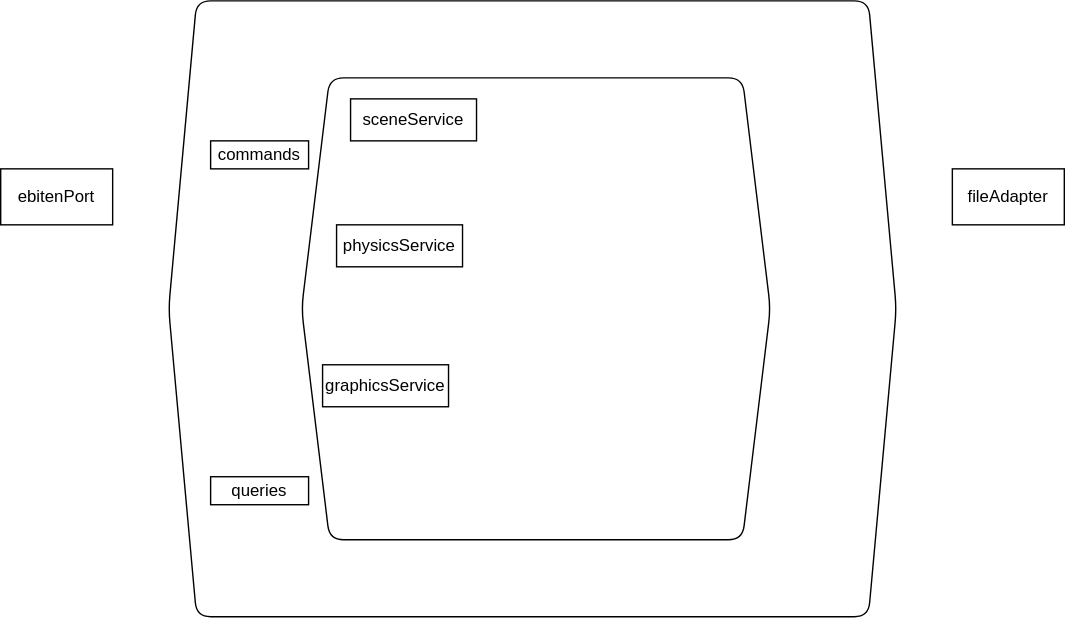
Earlier version of the draw.io export architecture.svg (maladroitthief/entree). Source tidied: cells renumbered, new cells last; positions are measured from the earlier drawing's top-left corner, leaving out a move shared by most shapes.
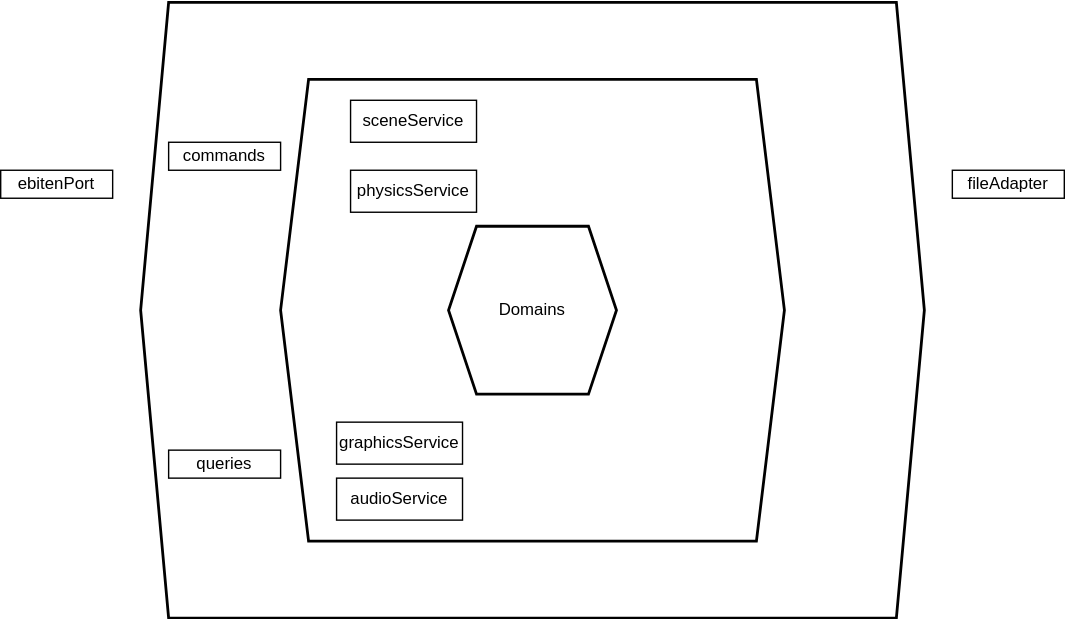
The same diagram one commit later.

What changed in the source:
```diff
@@ -3,31 +3,37 @@
     <mxCell id="0" />
     <mxCell id="1" parent="0" />
     <mxCell id="2" value="ebitenPort" style="rounded=0;whiteSpace=wrap;html=1;" parent="1" vertex="1">
-      <mxGeometry y="120" width="80" height="40" as="geometry" />
+      <mxGeometry y="80" width="80" height="20" as="geometry" />
     </mxCell>
     <mxCell id="3" value="fileAdapter" style="rounded=0;whiteSpace=wrap;html=1;" parent="1" vertex="1">
-      <mxGeometry x="680" y="120" width="80" height="40" as="geometry" />
+      <mxGeometry x="680" y="80" width="80" height="20" as="geometry" />
     </mxCell>
-    <mxCell id="4" style="shape=hexagon;perimeter=hexagonPerimeter2;whiteSpace=wrap;html=1;fixedSize=1;rounded=1;" parent="1" vertex="1">
-      <mxGeometry x="120" width="520" height="440" as="geometry" />
+    <mxCell id="4" style="shape=hexagon;perimeter=hexagonPerimeter2;whiteSpace=wrap;html=1;fixedSize=1;rounded=0;fillColor=none;strokeWidth=2;" parent="1" vertex="1">
+      <mxGeometry x="100" y="-40" width="560" height="440" as="geometry" />
     </mxCell>
     <mxCell id="5" value="commands" style="rounded=0;whiteSpace=wrap;html=1;" parent="1" vertex="1">
-      <mxGeometry x="150" y="100" width="70" height="20" as="geometry" />
+      <mxGeometry x="120" y="60" width="80" height="20" as="geometry" />
     </mxCell>
     <mxCell id="6" value="queries" style="rounded=0;whiteSpace=wrap;html=1;" parent="1" vertex="1">
-      <mxGeometry x="150" y="340" width="70" height="20" as="geometry" />
+      <mxGeometry x="120" y="280" width="80" height="20" as="geometry" />
     </mxCell>
-    <mxCell id="7" style="shape=hexagon;perimeter=hexagonPerimeter2;whiteSpace=wrap;html=1;fixedSize=1;rounded=1;" parent="1" vertex="1">
-      <mxGeometry x="215" y="55" width="335" height="330" as="geometry" />
+    <mxCell id="7" style="shape=hexagon;perimeter=hexagonPerimeter2;whiteSpace=wrap;html=1;fixedSize=1;rounded=0;fillColor=none;strokeWidth=2;" parent="1" vertex="1">
+      <mxGeometry x="200" y="15" width="360" height="330" as="geometry" />
     </mxCell>
     <mxCell id="8" value="sceneService" style="rounded=0;whiteSpace=wrap;html=1;" parent="1" vertex="1">
-      <mxGeometry x="250" y="70" width="90" height="30" as="geometry" />
+      <mxGeometry x="250" y="30" width="90" height="30" as="geometry" />
     </mxCell>
     <mxCell id="9" value="physicsService" style="rounded=0;whiteSpace=wrap;html=1;" parent="1" vertex="1">
-      <mxGeometry x="240" y="160" width="90" height="30" as="geometry" />
+      <mxGeometry x="250" y="80" width="90" height="30" as="geometry" />
     </mxCell>
     <mxCell id="10" value="graphicsService" style="rounded=0;whiteSpace=wrap;html=1;" parent="1" vertex="1">
-      <mxGeometry x="230" y="260" width="90" height="30" as="geometry" />
+      <mxGeometry x="240" y="260" width="90" height="30" as="geometry" />
     </mxCell>
+    <mxCell id="11" value="&lt;div&gt;audioService&lt;/div&gt;" style="rounded=0;whiteSpace=wrap;html=1;" parent="1" vertex="1">
+      <mxGeometry x="240" y="300" width="90" height="30" as="geometry" />
+    </mxCell>
+    <mxCell id="12" value="&lt;div&gt;Domains&lt;/div&gt;" style="shape=hexagon;perimeter=hexagonPerimeter2;whiteSpace=wrap;html=1;fixedSize=1;rounded=0;sketch=0;strokeWidth=2;fillColor=none;" parent="1" vertex="1">
+      <mxGeometry x="320" y="120" width="120" height="120" as="geometry" />
+    </mxCell>
   </root>
 </mxGraphModel>
```
